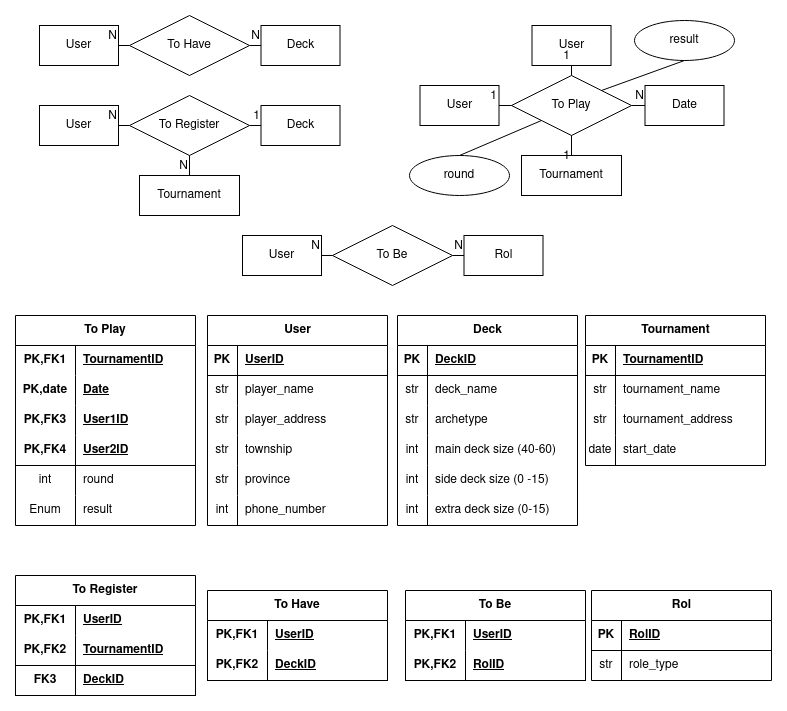
Earlier version of the draw.io export database_design/design_with_roles.png (chavely15k/yu_gi_oh). Source tidied: cells renumbered, new cells last; positions are measured from the earlier drawing's top-left corner, leaving out a move shared by most shapes.
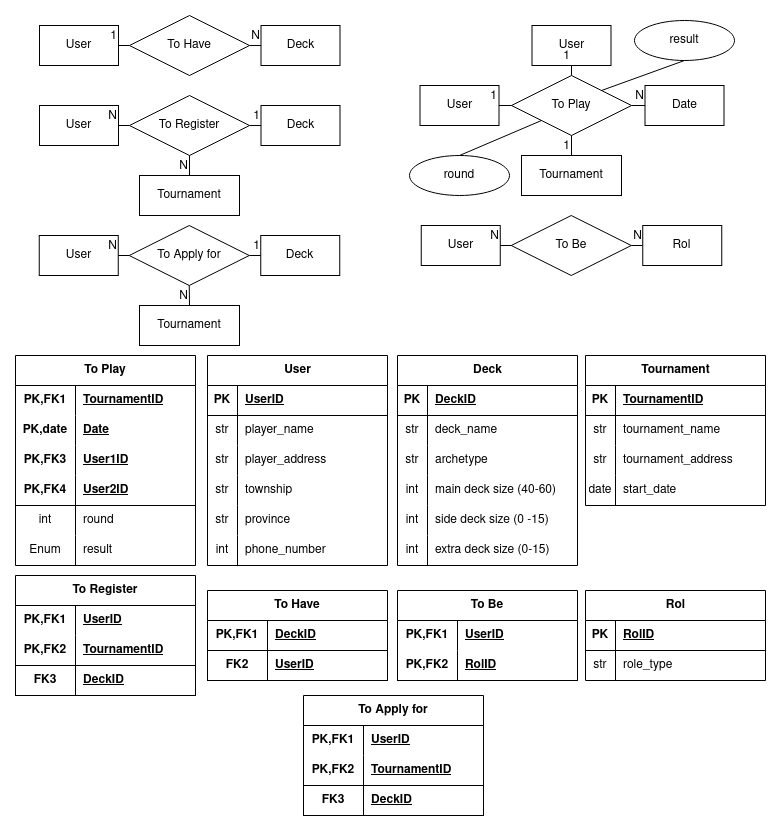
The same diagram one commit later.

The edit, as a diff of the source:
```diff
@@ -20,13 +20,7 @@
     <mxCell id="7" value="To Have" style="shape=rhombus;perimeter=rhombusPerimeter;whiteSpace=wrap;html=1;align=center;rounded=0;" parent="1" vertex="1">
       <mxGeometry x="114" width="120" height="60" as="geometry" />
     </mxCell>
-    <mxCell id="8" style="endArrow=none;html=1;rounded=0;entryX=0;entryY=0.5;entryDx=0;entryDy=0;exitX=1;exitY=0.5;exitDx=0;exitDy=0;" parent="1" edge="1" source="7" target="127">
-      <mxGeometry relative="1" as="geometry" />
-    </mxCell>
-    <mxCell id="9" value="N" style="html=1;whiteSpace=wrap;align=right;verticalAlign=bottom;rounded=0;" parent="8" vertex="1">
-      <mxGeometry x="1" relative="1" as="geometry" />
-    </mxCell>
-    <mxCell id="10" style="endArrow=none;html=1;rounded=0;entryX=1;entryY=0.5;entryDx=0;entryDy=0;exitX=0;exitY=0.5;exitDx=0;exitDy=0;" parent="1" edge="1" source="7" target="5">
+    <mxCell id="10" style="endArrow=none;html=1;rounded=0;entryX=0;entryY=0.5;entryDx=0;entryDy=0;exitX=1;exitY=0.5;exitDx=0;exitDy=0;" parent="1" edge="1" source="7" target="127">
       <mxGeometry relative="1" as="geometry" />
     </mxCell>
     <mxCell id="11" value="N" style="html=1;whiteSpace=wrap;align=right;verticalAlign=bottom;rounded=0;" parent="10" vertex="1">
@@ -62,7 +56,7 @@
       <mxGeometry relative="1" as="geometry" />
     </mxCell>
     <mxCell id="21" value="To Play" style="shape=table;startSize=30;rowLines=0;fontStyle=1;align=center;html=1;whiteSpace=wrap;" parent="1" vertex="1">
-      <mxGeometry y="300" width="180" height="210" as="geometry" />
+      <mxGeometry y="340" width="180" height="210" as="geometry" />
     </mxCell>
     <mxCell id="22" style="shape=tableRow;horizontal=0;startSize=0;swimlaneHead=0;swimlaneBody=0;fillColor=none;top=0;left=0;right=0;bottom=0;html=1;" parent="21" vertex="1">
       <mxGeometry y="30" width="180" height="30" as="geometry" />
@@ -119,22 +113,22 @@
       <mxGeometry x="60" width="120" height="30" as="geometry" />
     </mxCell>
     <mxCell id="40" value="PK,date" style="shape=partialRectangle;fillColor=none;top=0;left=0;bottom=0;right=0;fontStyle=1;overflow=hidden;html=1;whiteSpace=wrap;" parent="1" vertex="1">
-      <mxGeometry y="360" width="60" height="30" as="geometry" />
+      <mxGeometry y="400" width="60" height="30" as="geometry" />
     </mxCell>
     <mxCell id="41" value="Date" style="shape=partialRectangle;fillColor=none;top=0;left=0;bottom=0;right=0;align=left;spacingLeft=6;fontStyle=5;overflow=hidden;html=1;whiteSpace=wrap;" parent="1" vertex="1">
-      <mxGeometry x="60" y="360" width="120" height="30" as="geometry" />
+      <mxGeometry x="60" y="400" width="120" height="30" as="geometry" />
     </mxCell>
     <mxCell id="42" value="PK,FK1" style="shape=partialRectangle;fillColor=none;top=0;left=0;bottom=0;right=0;fontStyle=1;overflow=hidden;html=1;whiteSpace=wrap;" parent="1" vertex="1">
-      <mxGeometry y="330" width="60" height="30" as="geometry" />
+      <mxGeometry y="370" width="60" height="30" as="geometry" />
     </mxCell>
     <mxCell id="43" value="TournamentID" style="shape=partialRectangle;fillColor=none;top=0;left=0;bottom=0;right=0;align=left;spacingLeft=6;fontStyle=5;overflow=hidden;html=1;whiteSpace=wrap;" parent="1" vertex="1">
-      <mxGeometry x="60" y="330" width="120" height="30" as="geometry" />
+      <mxGeometry x="60" y="370" width="120" height="30" as="geometry" />
     </mxCell>
     <mxCell id="44" value="result" style="shape=partialRectangle;fillColor=none;top=0;left=0;bottom=0;right=0;align=left;spacingLeft=6;overflow=hidden;html=1;whiteSpace=wrap;" parent="1" vertex="1">
-      <mxGeometry x="60" y="480" width="120" height="30" as="geometry" />
+      <mxGeometry x="60" y="520" width="120" height="30" as="geometry" />
     </mxCell>
     <mxCell id="45" value="User" style="shape=table;startSize=30;rowLines=0;fontStyle=1;align=center;html=1;" parent="1" vertex="1">
-      <mxGeometry x="192" y="300" width="180" height="210" as="geometry" />
+      <mxGeometry x="192" y="340" width="180" height="210" as="geometry" />
     </mxCell>
     <mxCell id="46" style="shape=tableRow;horizontal=0;startSize=0;swimlaneHead=0;swimlaneBody=0;fillColor=none;top=0;left=0;right=0;bottom=1;" parent="45" vertex="1">
       <mxGeometry y="30" width="180" height="30" as="geometry" />
@@ -191,7 +185,7 @@
       <mxGeometry x="30" width="150" height="30" as="geometry" />
     </mxCell>
     <mxCell id="64" value="Deck" style="shape=table;startSize=30;rowLines=0;fontStyle=1;align=center;html=1;" parent="1" vertex="1">
-      <mxGeometry x="382" y="300" width="180" height="210" as="geometry" />
+      <mxGeometry x="382" y="340" width="180" height="210" as="geometry" />
     </mxCell>
     <mxCell id="65" style="shape=tableRow;horizontal=0;startSize=0;swimlaneHead=0;swimlaneBody=0;fillColor=none;top=0;left=0;right=0;bottom=1;" parent="64" vertex="1">
       <mxGeometry y="30" width="180" height="30" as="geometry" />
@@ -248,7 +242,7 @@
       <mxGeometry x="30" width="150" height="30" as="geometry" />
     </mxCell>
     <mxCell id="83" value="Tournament" style="shape=table;startSize=30;rowLines=0;fontStyle=1;align=center;html=1;" parent="1" vertex="1">
-      <mxGeometry x="570" y="300" width="180" height="150" as="geometry" />
+      <mxGeometry x="570" y="340" width="180" height="150" as="geometry" />
     </mxCell>
     <mxCell id="84" style="shape=tableRow;horizontal=0;startSize=0;swimlaneHead=0;swimlaneBody=0;fillColor=none;top=0;left=0;right=0;bottom=1;" parent="83" vertex="1">
       <mxGeometry y="30" width="180" height="30" as="geometry" />
@@ -290,9 +284,7 @@
       <mxGeometry relative="1" as="geometry" />
     </mxCell>
     <mxCell id="97" value="1" style="html=1;whiteSpace=wrap;align=right;verticalAlign=bottom;" parent="96" vertex="1">
-      <mxGeometry x="1" relative="1" as="geometry">
-        <mxPoint y="10" as="offset" />
-      </mxGeometry>
+      <mxGeometry x="1" relative="1" as="geometry" />
     </mxCell>
     <mxCell id="98" style="endArrow=none;html=1;rounded=0;entryX=0.5;entryY=1;entryDx=0;entryDy=0;exitX=0.5;exitY=0;exitDx=0;exitDy=0;" parent="1" edge="1" source="16" target="2">
       <mxGeometry relative="1" as="geometry" />
@@ -327,24 +319,24 @@
     <mxCell id="107" value="To Have" style="shape=table;startSize=30;rowLines=0;fontStyle=1;align=center;html=1;whiteSpace=wrap;" parent="1" vertex="1">
       <mxGeometry x="192" y="575" width="180" height="90" as="geometry" />
     </mxCell>
-    <mxCell id="108" style="shape=tableRow;horizontal=0;startSize=0;swimlaneHead=0;swimlaneBody=0;fillColor=none;top=0;left=0;right=0;bottom=0;html=1;" parent="107" vertex="1">
-      <mxGeometry y="30" width="180" height="30" as="geometry" />
-    </mxCell>
-    <mxCell id="109" value="PK,FK1" style="shape=partialRectangle;fillColor=none;top=0;left=0;bottom=0;right=0;fontStyle=1;overflow=hidden;html=1;whiteSpace=wrap;" parent="108" vertex="1">
-      <mxGeometry width="60" height="30" as="geometry" />
-    </mxCell>
-    <mxCell id="110" value="UserID" style="shape=partialRectangle;fillColor=none;top=0;left=0;bottom=0;right=0;align=left;spacingLeft=6;fontStyle=5;overflow=hidden;html=1;whiteSpace=wrap;" parent="108" vertex="1">
-      <mxGeometry x="60" width="120" height="30" as="geometry" />
-    </mxCell>
     <mxCell id="111" style="shape=tableRow;horizontal=0;startSize=0;swimlaneHead=0;swimlaneBody=0;fillColor=none;top=0;left=0;right=0;bottom=1;html=1;" parent="107" vertex="1">
-      <mxGeometry y="60" width="180" height="30" as="geometry" />
+      <mxGeometry y="30" width="180" height="30" as="geometry" />
     </mxCell>
-    <mxCell id="112" value="PK,FK2" style="shape=partialRectangle;fillColor=none;top=0;left=0;bottom=0;right=0;fontStyle=1;overflow=hidden;html=1;whiteSpace=wrap;" parent="111" vertex="1">
+    <mxCell id="112" value="PK,FK1" style="shape=partialRectangle;fillColor=none;top=0;left=0;bottom=0;right=0;fontStyle=1;overflow=hidden;html=1;whiteSpace=wrap;" parent="111" vertex="1">
       <mxGeometry width="60" height="30" as="geometry" />
     </mxCell>
     <mxCell id="113" value="DeckID" style="shape=partialRectangle;fillColor=none;top=0;left=0;bottom=0;right=0;align=left;spacingLeft=6;fontStyle=5;overflow=hidden;html=1;whiteSpace=wrap;" parent="111" vertex="1">
       <mxGeometry x="60" width="120" height="30" as="geometry" />
     </mxCell>
+    <mxCell id="151" style="shape=tableRow;horizontal=0;startSize=0;swimlaneHead=0;swimlaneBody=0;fillColor=none;top=0;left=0;right=0;bottom=1;html=1;" parent="107" vertex="1">
+      <mxGeometry y="60" width="180" height="30" as="geometry" />
+    </mxCell>
+    <mxCell id="152" value="FK2" style="shape=partialRectangle;fillColor=none;top=0;left=0;bottom=0;right=0;fontStyle=1;overflow=hidden;html=1;whiteSpace=wrap;" parent="151" vertex="1">
+      <mxGeometry width="60" height="30" as="geometry" />
+    </mxCell>
+    <mxCell id="153" value="UserID" style="shape=partialRectangle;fillColor=none;top=0;left=0;bottom=0;right=0;align=left;spacingLeft=6;fontStyle=5;overflow=hidden;html=1;whiteSpace=wrap;" parent="151" vertex="1">
+      <mxGeometry x="60" width="120" height="30" as="geometry" />
+    </mxCell>
     <mxCell id="114" value="To Register" style="shape=table;startSize=30;rowLines=0;fontStyle=1;align=center;html=1;whiteSpace=wrap;" parent="1" vertex="1">
       <mxGeometry y="560" width="180" height="120" as="geometry" />
     </mxCell>
@@ -394,7 +386,7 @@
       <mxGeometry x="629.5" y="70" width="79" height="40" as="geometry" />
     </mxCell>
     <mxCell id="130" value="Rol" style="shape=table;startSize=30;rowLines=0;fontStyle=1;align=center;html=1;" parent="1" vertex="1">
-      <mxGeometry x="576" y="575" width="180" height="90" as="geometry" />
+      <mxGeometry x="570" y="575" width="180" height="90" as="geometry" />
     </mxCell>
     <mxCell id="131" style="shape=tableRow;horizontal=0;startSize=0;swimlaneHead=0;swimlaneBody=0;fillColor=none;top=0;left=0;right=0;bottom=1;" parent="130" vertex="1">
       <mxGeometry y="30" width="180" height="30" as="geometry" />
@@ -415,7 +407,7 @@
       <mxGeometry x="30" width="150" height="30" as="geometry" />
     </mxCell>
     <mxCell id="137" value="To Be" style="shape=table;startSize=30;rowLines=0;fontStyle=1;align=center;html=1;whiteSpace=wrap;" parent="1" vertex="1">
-      <mxGeometry x="390" y="575" width="180" height="90" as="geometry" />
+      <mxGeometry x="382" y="575" width="180" height="90" as="geometry" />
     </mxCell>
     <mxCell id="138" style="shape=tableRow;horizontal=0;startSize=0;swimlaneHead=0;swimlaneBody=0;fillColor=none;top=0;left=0;right=0;bottom=0;html=1;" parent="137" vertex="1">
       <mxGeometry y="30" width="180" height="30" as="geometry" />
@@ -436,10 +428,10 @@
       <mxGeometry x="60" width="120" height="30" as="geometry" />
     </mxCell>
     <mxCell id="144" value="User" style="whiteSpace=wrap;html=1;align=center;" parent="1" vertex="1">
-      <mxGeometry x="227" y="220" width="79" height="40" as="geometry" />
+      <mxGeometry x="405.8" y="210" width="79" height="40" as="geometry" />
     </mxCell>
     <mxCell id="145" value="To Be" style="shape=rhombus;perimeter=rhombusPerimeter;whiteSpace=wrap;html=1;align=center;rounded=0;" parent="1" vertex="1">
-      <mxGeometry x="317" y="210" width="120" height="60" as="geometry" />
+      <mxGeometry x="495.8" y="200" width="120" height="60" as="geometry" />
     </mxCell>
     <mxCell id="146" style="endArrow=none;html=1;rounded=0;entryX=0;entryY=0.5;entryDx=0;entryDy=0;exitX=1;exitY=0.5;exitDx=0;exitDy=0;" parent="1" edge="1" source="145" target="150">
       <mxGeometry relative="1" as="geometry" />
@@ -454,7 +446,73 @@
       <mxGeometry x="1" relative="1" as="geometry" />
     </mxCell>
     <mxCell id="150" value="Rol" style="whiteSpace=wrap;html=1;align=center;" parent="1" vertex="1">
-      <mxGeometry x="448.5" y="220" width="79" height="40" as="geometry" />
+      <mxGeometry x="627.2" y="210" width="79" height="40" as="geometry" />
     </mxCell>
+    <mxCell id="154" style="endArrow=none;html=1;rounded=0;exitX=0;exitY=0.5;exitDx=0;exitDy=0;entryX=1;entryY=0.5;entryDx=0;entryDy=0;" parent="1" edge="1" source="7" target="5">
+      <mxGeometry relative="1" as="geometry" />
+    </mxCell>
+    <mxCell id="155" value="1" style="html=1;whiteSpace=wrap;align=right;verticalAlign=bottom;" parent="154" vertex="1">
+      <mxGeometry x="1" relative="1" as="geometry" />
+    </mxCell>
+    <mxCell id="156" value="User" style="whiteSpace=wrap;html=1;align=center;" parent="1" vertex="1">
+      <mxGeometry x="23.8" y="220" width="79" height="40" as="geometry" />
+    </mxCell>
+    <mxCell id="157" value="To Apply for" style="shape=rhombus;perimeter=rhombusPerimeter;whiteSpace=wrap;html=1;align=center;rounded=0;" parent="1" vertex="1">
+      <mxGeometry x="113.8" y="210" width="120" height="60" as="geometry" />
+    </mxCell>
+    <mxCell id="158" style="endArrow=none;html=1;rounded=0;entryX=1;entryY=0.5;entryDx=0;entryDy=0;exitX=0;exitY=0.5;exitDx=0;exitDy=0;" parent="1" edge="1" source="157" target="156">
+      <mxGeometry relative="1" as="geometry" />
+    </mxCell>
+    <mxCell id="159" value="N" style="html=1;whiteSpace=wrap;align=right;verticalAlign=bottom;rounded=0;" parent="158" vertex="1">
+      <mxGeometry x="1" relative="1" as="geometry" />
+    </mxCell>
+    <mxCell id="160" value="Deck" style="whiteSpace=wrap;html=1;align=center;" parent="1" vertex="1">
+      <mxGeometry x="245.2" y="220" width="79" height="40" as="geometry" />
+    </mxCell>
+    <mxCell id="161" style="endArrow=none;html=1;rounded=0;exitX=0.5;exitY=1;exitDx=0;exitDy=0;entryX=0.5;entryY=0;entryDx=0;entryDy=0;" parent="1" edge="1" source="157" target="163">
+      <mxGeometry relative="1" as="geometry" />
+    </mxCell>
+    <mxCell id="162" value="N" style="html=1;whiteSpace=wrap;align=right;verticalAlign=bottom;rounded=0;" parent="161" vertex="1">
+      <mxGeometry x="1" relative="1" as="geometry" />
+    </mxCell>
+    <mxCell id="163" value="Tournament" style="whiteSpace=wrap;html=1;align=center;" parent="1" vertex="1">
+      <mxGeometry x="124" y="290" width="100" height="40" as="geometry" />
+    </mxCell>
+    <mxCell id="164" style="endArrow=none;html=1;rounded=0;entryX=0;entryY=0.5;entryDx=0;entryDy=0;exitX=1;exitY=0.5;exitDx=0;exitDy=0;" parent="1" edge="1" source="157" target="160">
+      <mxGeometry relative="1" as="geometry" />
+    </mxCell>
+    <mxCell id="165" value="1" style="html=1;whiteSpace=wrap;align=right;verticalAlign=bottom;" parent="164" vertex="1">
+      <mxGeometry x="1" relative="1" as="geometry" />
+    </mxCell>
+    <mxCell id="166" value="To Apply for" style="shape=table;startSize=30;rowLines=0;fontStyle=1;align=center;html=1;whiteSpace=wrap;" parent="1" vertex="1">
+      <mxGeometry x="288" y="680" width="180" height="120" as="geometry" />
+    </mxCell>
+    <mxCell id="108" style="shape=tableRow;horizontal=0;startSize=0;swimlaneHead=0;swimlaneBody=0;fillColor=none;top=0;left=0;right=0;bottom=0;html=1;" parent="166" vertex="1">
+      <mxGeometry y="30" width="180" height="30" as="geometry" />
+    </mxCell>
+    <mxCell id="109" value="PK,FK1" style="shape=partialRectangle;fillColor=none;top=0;left=0;bottom=0;right=0;fontStyle=1;overflow=hidden;html=1;whiteSpace=wrap;" parent="108" vertex="1">
+      <mxGeometry width="60" height="30" as="geometry" />
+    </mxCell>
+    <mxCell id="167" value="UserID" style="shape=partialRectangle;fillColor=none;top=0;left=0;bottom=0;right=0;align=left;spacingLeft=6;fontStyle=5;overflow=hidden;html=1;whiteSpace=wrap;" parent="108" vertex="1">
+      <mxGeometry x="60" width="120" height="30" as="geometry" />
+    </mxCell>
+    <mxCell id="168" style="shape=tableRow;horizontal=0;startSize=0;swimlaneHead=0;swimlaneBody=0;fillColor=none;top=0;left=0;right=0;bottom=1;html=1;" parent="166" vertex="1">
+      <mxGeometry y="60" width="180" height="30" as="geometry" />
+    </mxCell>
+    <mxCell id="169" value="PK,FK2" style="shape=partialRectangle;fillColor=none;top=0;left=0;bottom=0;right=0;fontStyle=1;overflow=hidden;html=1;whiteSpace=wrap;" parent="168" vertex="1">
+      <mxGeometry width="60" height="30" as="geometry" />
+    </mxCell>
+    <mxCell id="170" value="TournamentID" style="shape=partialRectangle;fillColor=none;top=0;left=0;bottom=0;right=0;align=left;spacingLeft=6;fontStyle=5;overflow=hidden;html=1;whiteSpace=wrap;" parent="168" vertex="1">
+      <mxGeometry x="60" width="120" height="30" as="geometry" />
+    </mxCell>
+    <mxCell id="171" style="shape=tableRow;horizontal=0;startSize=0;swimlaneHead=0;swimlaneBody=0;fillColor=none;top=0;left=0;right=0;bottom=1;html=1;" parent="166" vertex="1">
+      <mxGeometry y="90" width="180" height="30" as="geometry" />
+    </mxCell>
+    <mxCell id="172" value="FK3" style="shape=partialRectangle;fillColor=none;top=0;left=0;bottom=0;right=0;fontStyle=1;overflow=hidden;html=1;whiteSpace=wrap;" parent="171" vertex="1">
+      <mxGeometry width="60" height="30" as="geometry" />
+    </mxCell>
+    <mxCell id="173" value="DeckID" style="shape=partialRectangle;fillColor=none;top=0;left=0;bottom=0;right=0;align=left;spacingLeft=6;fontStyle=5;overflow=hidden;html=1;whiteSpace=wrap;" parent="171" vertex="1">
+      <mxGeometry x="60" width="120" height="30" as="geometry" />
+    </mxCell>
   </root>
 </mxGraphModel>
```
